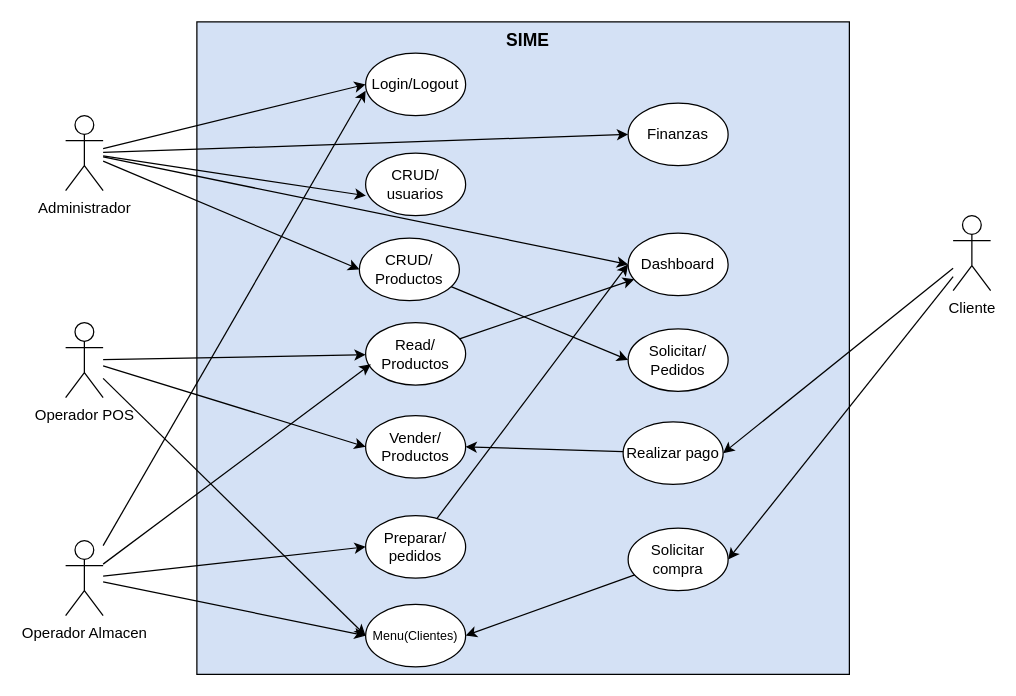
This is page "Página-2" (2 of 3) of DiagramaProcesos.drawio from DatrixYB/SIME, a draw.io file, before an edit. Source tidied: cells renumbered, new cells numbered last; positions are measured from the earlier drawing's top-left corner, leaving out a move shared by most shapes. Both pictures are drawn from the tidied source at 125%, with x=0, y=0 at pixel (65, 21).
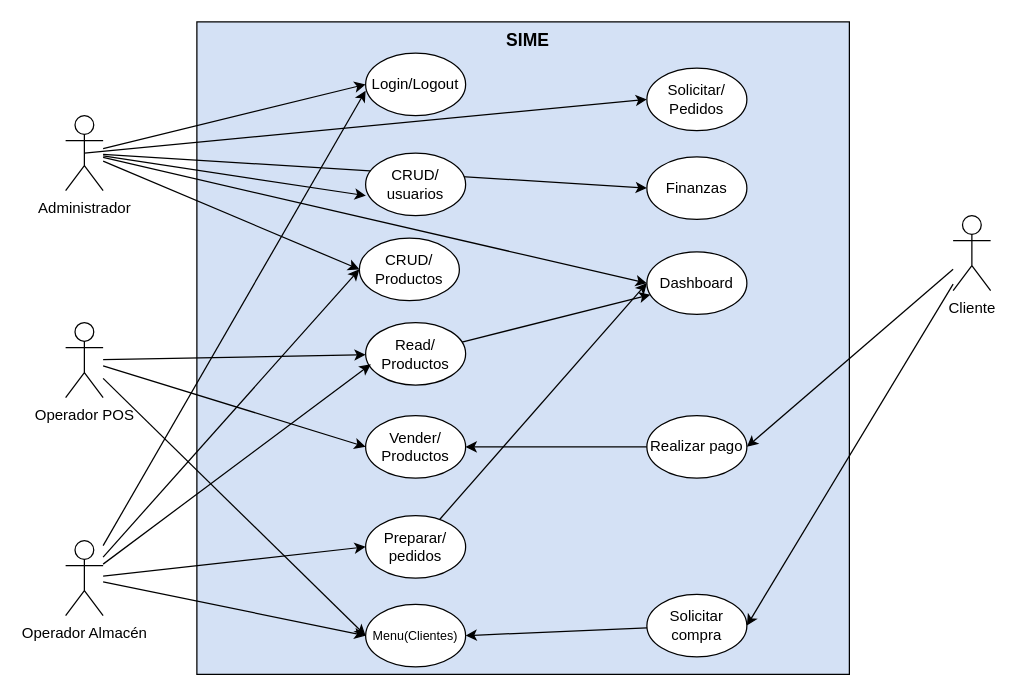
Above is the later version.

The change refers to these unchanged cells:
```xml
<mxCell id="7" value="Administrador" style="shape=umlActor;verticalLabelPosition=bottom;verticalAlign=top;html=1;outlineConnect=0;" parent="1" vertex="1">
  <mxGeometry y="75" width="30" height="60" as="geometry" />
</mxCell>
<mxCell id="22" value="CRUD/&lt;div&gt;Productos&lt;/div&gt;" style="ellipse;whiteSpace=wrap;html=1;" parent="1" vertex="1">
  <mxGeometry x="235" y="173" width="80" height="50" as="geometry" />
</mxCell>
```

The edit, as a diff of the source:
```diff
@@
+    <mxCell id="39" style="rounded=0;jettySize=auto;html=1;entryX=0;entryY=0.5;entryDx=0;entryDy=0;" parent="1" edge="1" source="11" target="22">
+      <mxGeometry relative="1" as="geometry" />
+    </mxCell>
-    <mxCell id="11" value="Operador Almacen" style="shape=umlActor;verticalLabelPosition=bottom;verticalAlign=top;html=1;outlineConnect=0;" parent="1" vertex="1">
+    <mxCell id="11" value="Operador Almacén" style="shape=umlActor;verticalLabelPosition=bottom;verticalAlign=top;html=1;outlineConnect=0;" parent="1" vertex="1">
       <mxGeometry y="415" width="30" height="60" as="geometry" />
     </mxCell>
@@
-    <mxCell id="21" style="rounded=0;jettySize=auto;html=1;entryX=0;entryY=0.5;entryDx=0;entryDy=0;" parent="1" edge="1" source="22" target="26">
+    <mxCell id="21" style="rounded=0;jettySize=auto;html=1;entryX=0;entryY=0.5;entryDx=0;entryDy=0;exitX=0.5;exitY=0.5;exitDx=0;exitDy=0;exitPerimeter=0;" parent="1" edge="1" source="7" target="26">
       <mxGeometry relative="1" as="geometry" />
     </mxCell>
@@
     <mxCell id="26" value="Solicitar/&lt;div&gt;Pedidos&lt;/div&gt;" style="ellipse;whiteSpace=wrap;html=1;" parent="1" vertex="1">
-      <mxGeometry x="450" y="245.5" width="80" height="50" as="geometry" />
+      <mxGeometry x="465" y="37" width="80" height="50" as="geometry" />
     </mxCell>
@@
     <mxCell id="28" value="Realizar pago" style="ellipse;whiteSpace=wrap;html=1;" parent="1" vertex="1">
-      <mxGeometry x="446" y="320" width="80" height="50" as="geometry" />
+      <mxGeometry x="465" y="315" width="80" height="50" as="geometry" />
     </mxCell>
@@
     <mxCell id="30" value="Solicitar compra" style="ellipse;whiteSpace=wrap;html=1;" parent="1" vertex="1">
-      <mxGeometry x="450" y="405" width="80" height="50" as="geometry" />
+      <mxGeometry x="465" y="458" width="80" height="50" as="geometry" />
     </mxCell>
@@
     <mxCell id="37" value="Dashboard" style="ellipse;whiteSpace=wrap;html=1;" parent="1" vertex="1">
-      <mxGeometry x="450" y="169" width="80" height="50" as="geometry" />
+      <mxGeometry x="465" y="184" width="80" height="50" as="geometry" />
     </mxCell>
     <mxCell id="38" value="Finanzas" style="ellipse;whiteSpace=wrap;html=1;" parent="1" vertex="1">
-      <mxGeometry x="450" y="65" width="80" height="50" as="geometry" />
+      <mxGeometry x="465" y="108" width="80" height="50" as="geometry" />
     </mxCell>
```
